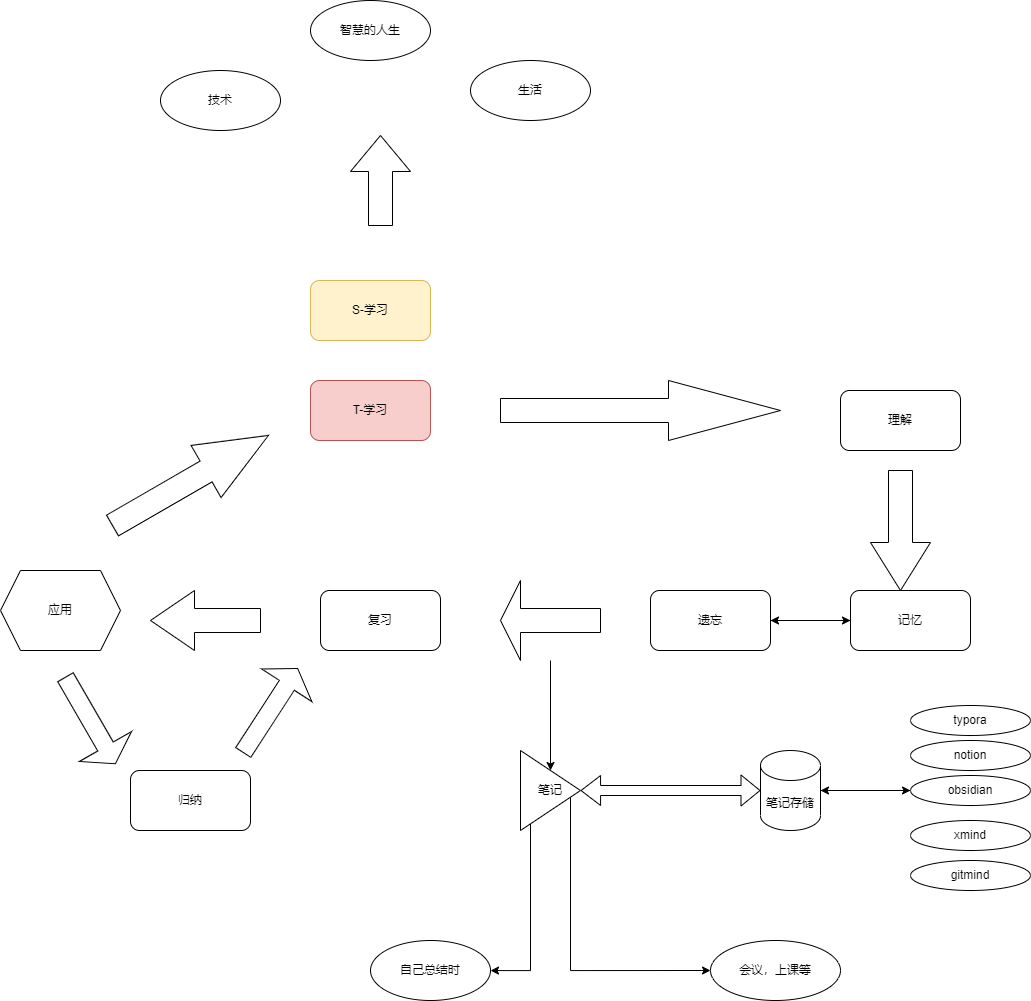
alowisdom/draw keeps this draw.io diagram as 学习流程图.drawio.png. Above is the earlier version. Source tidied: cells renumbered, new cells last; positions are measured from the earlier drawing's top-left corner, leaving out a move shared by most shapes. The source it was exported from:
```xml
<mxGraphModel>
  <root>
    <mxCell id="0" />
    <mxCell id="1" parent="0" />
    <mxCell id="2" value="T-学习" style="rounded=1;whiteSpace=wrap;html=1;fillColor=#f8cecc;strokeColor=#b85450;" parent="1" vertex="1">
      <mxGeometry x="310" y="380" width="120" height="60" as="geometry" />
    </mxCell>
    <mxCell id="3" value="理解" style="rounded=1;whiteSpace=wrap;html=1;" parent="1" vertex="1">
      <mxGeometry x="840" y="390" width="120" height="60" as="geometry" />
    </mxCell>
    <mxCell id="4" style="edgeStyle=orthogonalEdgeStyle;rounded=0;jettySize=auto;html=1;" parent="1" edge="1" source="5" target="26">
      <mxGeometry relative="1" as="geometry" />
    </mxCell>
    <mxCell id="5" value="记忆" style="rounded=1;whiteSpace=wrap;html=1;" parent="1" vertex="1">
      <mxGeometry x="850" y="590" width="120" height="60" as="geometry" />
    </mxCell>
    <mxCell id="6" value="复习" style="rounded=1;whiteSpace=wrap;html=1;" parent="1" vertex="1">
      <mxGeometry x="320" y="590" width="120" height="60" as="geometry" />
    </mxCell>
    <mxCell id="7" style="shape=singleArrow;whiteSpace=wrap;html=1;arrowWidth=0.4;arrowSize=0.4;" parent="1" vertex="1">
      <mxGeometry x="500" y="380" width="280" height="60" as="geometry" />
    </mxCell>
    <mxCell id="8" style="shape=singleArrow;whiteSpace=wrap;html=1;arrowWidth=0.4;arrowSize=0.4;rotation=90;" parent="1" vertex="1">
      <mxGeometry x="840" y="500" width="120" height="60" as="geometry" />
    </mxCell>
    <mxCell id="9" style="shape=singleArrow;whiteSpace=wrap;html=1;arrowWidth=0.4;arrowSize=0.4;rotation=-30;" parent="1" vertex="1">
      <mxGeometry x="100" y="450" width="180" height="60" as="geometry" />
    </mxCell>
    <mxCell id="10" value="会议，上课等" style="ellipse;whiteSpace=wrap;html=1;" parent="1" vertex="1">
      <mxGeometry x="710" y="940" width="130" height="60" as="geometry" />
    </mxCell>
    <mxCell id="11" value="应用" style="shape=hexagon;perimeter=hexagonPerimeter2;whiteSpace=wrap;html=1;fixedSize=1;" parent="1" vertex="1">
      <mxGeometry y="570" width="120" height="80" as="geometry" />
    </mxCell>
    <mxCell id="12" style="shape=singleArrow;whiteSpace=wrap;html=1;arrowWidth=0.4;arrowSize=0.4;rotation=-180;" parent="1" vertex="1">
      <mxGeometry x="150" y="590" width="110" height="60" as="geometry" />
    </mxCell>
    <mxCell id="13" style="edgeStyle=orthogonalEdgeStyle;rounded=0;jettySize=auto;html=1;entryX=0.5;entryY=0;entryDx=0;entryDy=0;" parent="1" edge="1" source="14" target="18">
      <mxGeometry relative="1" as="geometry" />
    </mxCell>
    <mxCell id="14" style="shape=singleArrow;direction=west;whiteSpace=wrap;html=1;" parent="1" vertex="1">
      <mxGeometry x="500" y="580" width="100" height="80" as="geometry" />
    </mxCell>
    <mxCell id="15" value="自己总结时" style="ellipse;whiteSpace=wrap;html=1;" parent="1" vertex="1">
      <mxGeometry x="370" y="940" width="120" height="60" as="geometry" />
    </mxCell>
    <mxCell id="16" style="edgeStyle=orthogonalEdgeStyle;rounded=0;jettySize=auto;html=1;" parent="1" edge="1" source="18" target="15">
      <mxGeometry relative="1" as="geometry">
        <Array as="points">
          <mxPoint x="530" y="970" />
        </Array>
      </mxGeometry>
    </mxCell>
    <mxCell id="17" style="edgeStyle=orthogonalEdgeStyle;rounded=0;jettySize=auto;html=1;entryX=0;entryY=0.5;entryDx=0;entryDy=0;" parent="1" edge="1" source="18" target="10">
      <mxGeometry relative="1" as="geometry">
        <Array as="points">
          <mxPoint x="570" y="970" />
        </Array>
      </mxGeometry>
    </mxCell>
    <mxCell id="18" value="笔记" style="triangle;whiteSpace=wrap;html=1;" parent="1" vertex="1">
      <mxGeometry x="520" y="750" width="60" height="80" as="geometry" />
    </mxCell>
    <mxCell id="19" style="edgeStyle=orthogonalEdgeStyle;rounded=0;jettySize=auto;html=1;" parent="1" edge="1" source="20" target="28">
      <mxGeometry relative="1" as="geometry" />
    </mxCell>
    <mxCell id="20" value="笔记存储" style="shape=cylinder3;whiteSpace=wrap;html=1;boundedLbl=1;backgroundOutline=1;size=15;" parent="1" vertex="1">
      <mxGeometry x="760" y="750" width="60" height="80" as="geometry" />
    </mxCell>
    <mxCell id="21" style="shape=flexArrow;endArrow=classic;startArrow=classic;html=1;rounded=0;endWidth=18.88888888888889;endSize=6.188888888888889;" parent="1" edge="1" source="20" target="18">
      <mxGeometry relative="1" as="geometry" />
    </mxCell>
    <mxCell id="22" value="归纳" style="rounded=1;whiteSpace=wrap;html=1;" parent="1" vertex="1">
      <mxGeometry x="130" y="770" width="120" height="60" as="geometry" />
    </mxCell>
    <mxCell id="23" style="shape=singleArrow;direction=south;whiteSpace=wrap;html=1;rotation=-30;" parent="1" vertex="1">
      <mxGeometry x="60" y="670" width="60" height="100" as="geometry" />
    </mxCell>
    <mxCell id="24" style="shape=singleArrow;direction=north;whiteSpace=wrap;html=1;rotation=33;" parent="1" vertex="1">
      <mxGeometry x="240" y="660" width="60" height="100" as="geometry" />
    </mxCell>
    <mxCell id="25" style="edgeStyle=orthogonalEdgeStyle;rounded=0;jettySize=auto;html=1;" parent="1" edge="1" source="26" target="5">
      <mxGeometry relative="1" as="geometry" />
    </mxCell>
    <mxCell id="26" value="遗忘" style="rounded=1;whiteSpace=wrap;html=1;" parent="1" vertex="1">
      <mxGeometry x="650" y="590" width="120" height="60" as="geometry" />
    </mxCell>
    <mxCell id="27" style="edgeStyle=orthogonalEdgeStyle;rounded=0;jettySize=auto;html=1;" parent="1" edge="1" source="28" target="20">
      <mxGeometry relative="1" as="geometry" />
    </mxCell>
    <mxCell id="28" value="obsidian" style="ellipse;whiteSpace=wrap;html=1;" parent="1" vertex="1">
      <mxGeometry x="910" y="775" width="120" height="30" as="geometry" />
    </mxCell>
    <mxCell id="29" value="notion" style="ellipse;whiteSpace=wrap;html=1;" parent="1" vertex="1">
      <mxGeometry x="910" y="740" width="120" height="30" as="geometry" />
    </mxCell>
    <mxCell id="30" value="xmind" style="ellipse;whiteSpace=wrap;html=1;" parent="1" vertex="1">
      <mxGeometry x="910" y="820" width="120" height="30" as="geometry" />
    </mxCell>
    <mxCell id="31" value="gitmind" style="ellipse;whiteSpace=wrap;html=1;" parent="1" vertex="1">
      <mxGeometry x="910" y="860" width="120" height="30" as="geometry" />
    </mxCell>
    <mxCell id="32" value="typora" style="ellipse;whiteSpace=wrap;html=1;" parent="1" vertex="1">
      <mxGeometry x="910" y="705" width="120" height="30" as="geometry" />
    </mxCell>
    <mxCell id="33" value="技术" style="ellipse;whiteSpace=wrap;html=1;" parent="1" vertex="1">
      <mxGeometry x="160" y="70" width="120" height="60" as="geometry" />
    </mxCell>
    <mxCell id="34" value="生活" style="ellipse;whiteSpace=wrap;html=1;" parent="1" vertex="1">
      <mxGeometry x="470" y="60" width="120" height="60" as="geometry" />
    </mxCell>
    <mxCell id="35" value="智慧的人生" style="ellipse;whiteSpace=wrap;html=1;" parent="1" vertex="1">
      <mxGeometry x="310" width="120" height="60" as="geometry" />
    </mxCell>
    <mxCell id="36" style="shape=singleArrow;whiteSpace=wrap;html=1;arrowWidth=0.4;arrowSize=0.4;rotation=-90;" parent="1" vertex="1">
      <mxGeometry x="335" y="150" width="90" height="60" as="geometry" />
    </mxCell>
    <mxCell id="37" value="S-学习" style="rounded=1;whiteSpace=wrap;html=1;fillColor=#fff2cc;strokeColor=#d6b656;" parent="1" vertex="1">
      <mxGeometry x="310" y="280" width="120" height="60" as="geometry" />
    </mxCell>
  </root>
</mxGraphModel>
```
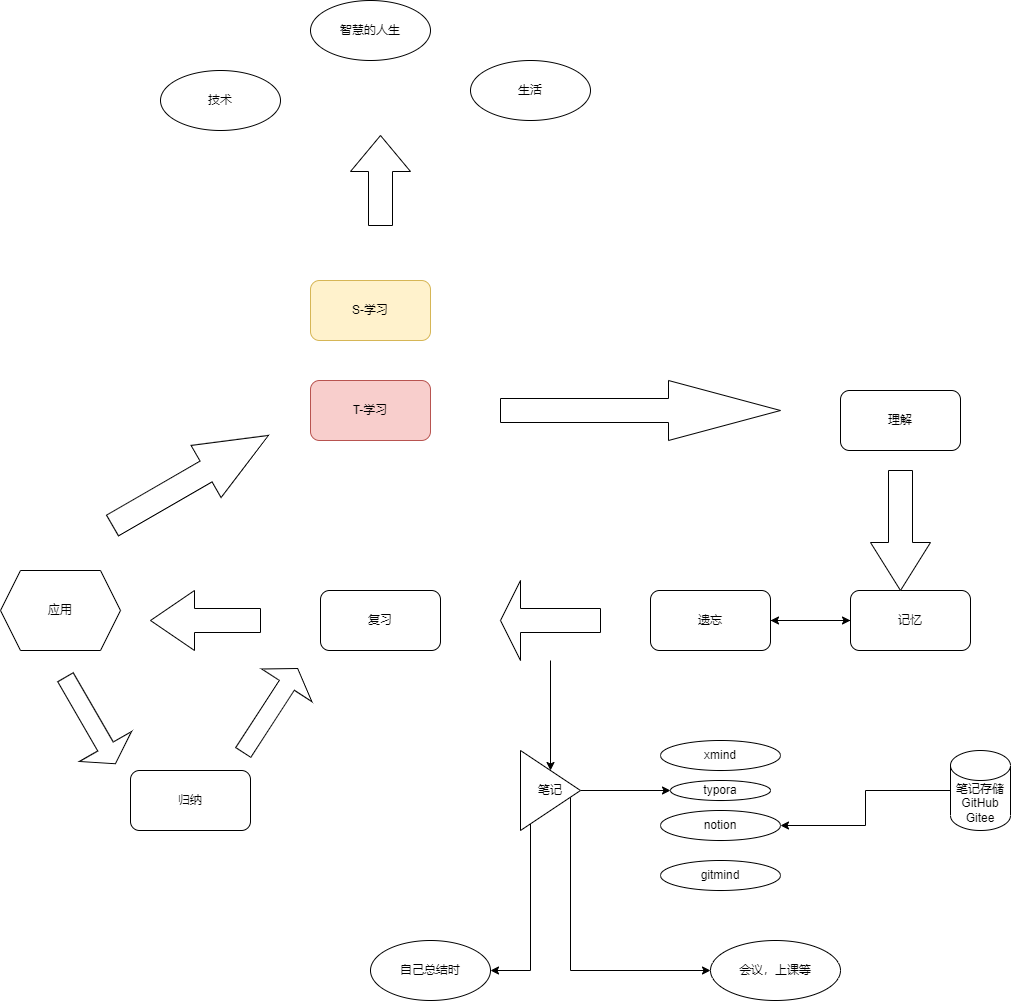
After the commit.

Commit message:
更新学习流程图.drawio.png

Change to the diagram source:
```diff
@@ -58,18 +58,18 @@
         </Array>
       </mxGeometry>
     </mxCell>
+    <mxCell id="38" style="edgeStyle=orthogonalEdgeStyle;rounded=0;jettySize=auto;html=1;" parent="1" edge="1" source="18" target="32">
+      <mxGeometry relative="1" as="geometry" />
+    </mxCell>
     <mxCell id="18" value="笔记" style="triangle;whiteSpace=wrap;html=1;" parent="1" vertex="1">
       <mxGeometry x="520" y="750" width="60" height="80" as="geometry" />
     </mxCell>
-    <mxCell id="19" style="edgeStyle=orthogonalEdgeStyle;rounded=0;jettySize=auto;html=1;" parent="1" edge="1" source="20" target="28">
+    <mxCell id="19" style="edgeStyle=orthogonalEdgeStyle;rounded=0;jettySize=auto;html=1;" parent="1" edge="1" source="20" target="29">
       <mxGeometry relative="1" as="geometry" />
     </mxCell>
-    <mxCell id="20" value="笔记存储" style="shape=cylinder3;whiteSpace=wrap;html=1;boundedLbl=1;backgroundOutline=1;size=15;" parent="1" vertex="1">
-      <mxGeometry x="760" y="750" width="60" height="80" as="geometry" />
+    <mxCell id="20" value="笔记存储&lt;br&gt;GitHub&lt;br&gt;Gitee" style="shape=cylinder3;whiteSpace=wrap;html=1;boundedLbl=1;backgroundOutline=1;size=15;" parent="1" vertex="1">
+      <mxGeometry x="950" y="750" width="60" height="80" as="geometry" />
     </mxCell>
-    <mxCell id="21" style="shape=flexArrow;endArrow=classic;startArrow=classic;html=1;rounded=0;endWidth=18.88888888888889;endSize=6.188888888888889;" parent="1" edge="1" source="20" target="18">
-      <mxGeometry relative="1" as="geometry" />
-    </mxCell>
     <mxCell id="22" value="归纳" style="rounded=1;whiteSpace=wrap;html=1;" parent="1" vertex="1">
       <mxGeometry x="130" y="770" width="120" height="60" as="geometry" />
     </mxCell>
@@ -85,23 +85,17 @@
     <mxCell id="26" value="遗忘" style="rounded=1;whiteSpace=wrap;html=1;" parent="1" vertex="1">
       <mxGeometry x="650" y="590" width="120" height="60" as="geometry" />
     </mxCell>
-    <mxCell id="27" style="edgeStyle=orthogonalEdgeStyle;rounded=0;jettySize=auto;html=1;" parent="1" edge="1" source="28" target="20">
-      <mxGeometry relative="1" as="geometry" />
-    </mxCell>
-    <mxCell id="28" value="obsidian" style="ellipse;whiteSpace=wrap;html=1;" parent="1" vertex="1">
-      <mxGeometry x="910" y="775" width="120" height="30" as="geometry" />
-    </mxCell>
     <mxCell id="29" value="notion" style="ellipse;whiteSpace=wrap;html=1;" parent="1" vertex="1">
-      <mxGeometry x="910" y="740" width="120" height="30" as="geometry" />
+      <mxGeometry x="660" y="810" width="120" height="30" as="geometry" />
     </mxCell>
     <mxCell id="30" value="xmind" style="ellipse;whiteSpace=wrap;html=1;" parent="1" vertex="1">
-      <mxGeometry x="910" y="820" width="120" height="30" as="geometry" />
+      <mxGeometry x="660" y="740" width="120" height="30" as="geometry" />
     </mxCell>
     <mxCell id="31" value="gitmind" style="ellipse;whiteSpace=wrap;html=1;" parent="1" vertex="1">
-      <mxGeometry x="910" y="860" width="120" height="30" as="geometry" />
+      <mxGeometry x="660" y="860" width="120" height="30" as="geometry" />
     </mxCell>
     <mxCell id="32" value="typora" style="ellipse;whiteSpace=wrap;html=1;" parent="1" vertex="1">
-      <mxGeometry x="910" y="705" width="120" height="30" as="geometry" />
+      <mxGeometry x="670" y="780" width="100" height="20" as="geometry" />
     </mxCell>
     <mxCell id="33" value="技术" style="ellipse;whiteSpace=wrap;html=1;" parent="1" vertex="1">
       <mxGeometry x="160" y="70" width="120" height="60" as="geometry" />
```
